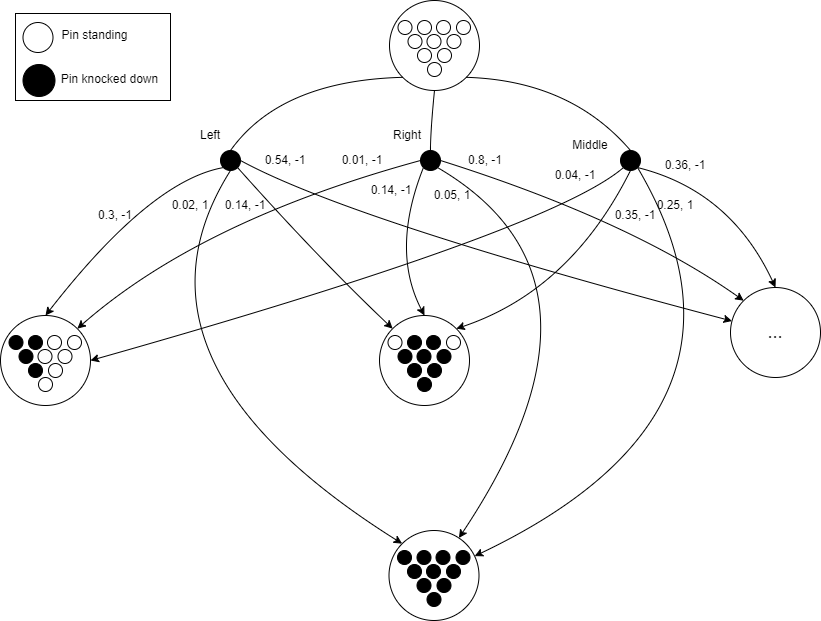
This is RL_Lab2-MDPs_MDP2.drawio.png from MaksimKarnaukh/RL, a draw.io export, as it was before one commit. Source tidied: cells renumbered, new cells last; positions are measured from the earlier drawing's top-left corner, leaving out a move shared by most shapes.
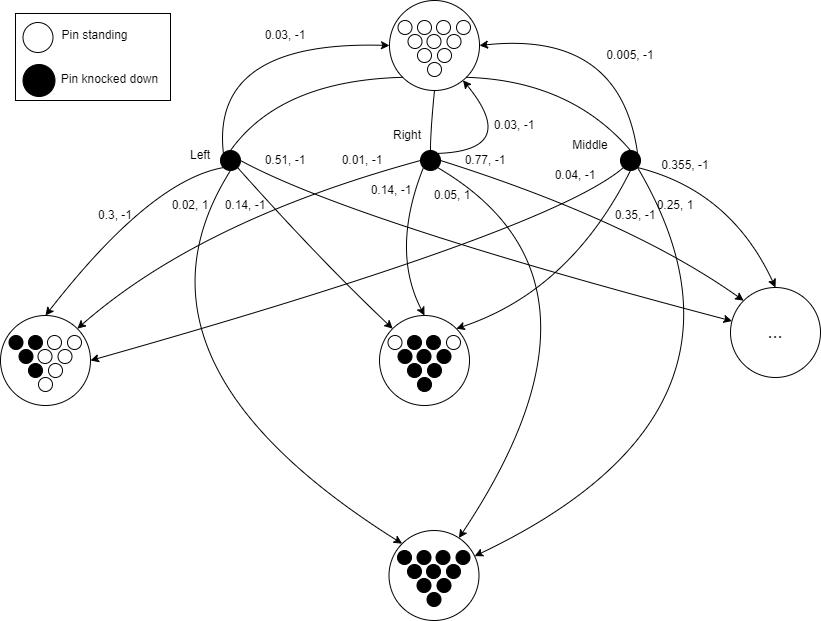
After the change.

Diff of the diagram source:
```diff
@@ -9,7 +9,7 @@
       <mxGeometry x="220" y="150" width="20" height="20" as="geometry" />
     </mxCell>
     <mxCell id="4" value="Left" style="text;html=1;strokeColor=none;fillColor=none;align=center;verticalAlign=middle;whiteSpace=wrap;rounded=0;" parent="1" vertex="1">
-      <mxGeometry x="170" y="120" width="80" height="30" as="geometry" />
+      <mxGeometry x="160" y="140" width="80" height="30" as="geometry" />
     </mxCell>
     <mxCell id="5" style="ellipse;whiteSpace=wrap;html=1;fillColor=#000000;" parent="1" vertex="1">
       <mxGeometry x="420" y="150" width="20" height="20" as="geometry" />
@@ -113,7 +113,7 @@
     <mxCell id="22" value="0.02, 1" style="text;html=1;strokeColor=none;fillColor=none;align=center;verticalAlign=middle;whiteSpace=wrap;rounded=0;" parent="1" vertex="1">
       <mxGeometry x="155" y="190" width="70" height="30" as="geometry" />
     </mxCell>
-    <mxCell id="23" value="0.54, -1" style="text;html=1;strokeColor=none;fillColor=none;align=center;verticalAlign=middle;whiteSpace=wrap;rounded=0;" parent="1" vertex="1">
+    <mxCell id="23" value="0.51, -1" style="text;html=1;strokeColor=none;fillColor=none;align=center;verticalAlign=middle;whiteSpace=wrap;rounded=0;" parent="1" vertex="1">
       <mxGeometry x="250" y="145" width="70" height="30" as="geometry" />
     </mxCell>
     <mxCell id="24" value="0.01, -1" style="text;html=1;strokeColor=none;fillColor=none;align=center;verticalAlign=middle;whiteSpace=wrap;rounded=0;" parent="1" vertex="1">
@@ -122,10 +122,10 @@
     <mxCell id="25" value="0.05, 1" style="text;html=1;strokeColor=none;fillColor=none;align=center;verticalAlign=middle;whiteSpace=wrap;rounded=0;" parent="1" vertex="1">
       <mxGeometry x="416.5" y="180" width="70" height="30" as="geometry" />
     </mxCell>
-    <mxCell id="26" value="0.8, -1" style="text;html=1;strokeColor=none;fillColor=none;align=center;verticalAlign=middle;whiteSpace=wrap;rounded=0;" parent="1" vertex="1">
+    <mxCell id="26" value="0.77, -1" style="text;html=1;strokeColor=none;fillColor=none;align=center;verticalAlign=middle;whiteSpace=wrap;rounded=0;" parent="1" vertex="1">
       <mxGeometry x="450" y="145" width="70" height="30" as="geometry" />
     </mxCell>
-    <mxCell id="27" value="0.36, -1" style="text;html=1;strokeColor=none;fillColor=none;align=center;verticalAlign=middle;whiteSpace=wrap;rounded=0;" parent="1" vertex="1">
+    <mxCell id="27" value="0.355, -1" style="text;html=1;strokeColor=none;fillColor=none;align=center;verticalAlign=middle;whiteSpace=wrap;rounded=0;" parent="1" vertex="1">
       <mxGeometry x="650" y="150" width="70" height="30" as="geometry" />
     </mxCell>
     <mxCell id="28" value="0.25, 1" style="text;html=1;strokeColor=none;fillColor=none;align=center;verticalAlign=middle;whiteSpace=wrap;rounded=0;" parent="1" vertex="1">
@@ -311,5 +311,35 @@
     <mxCell id="84" value="0.14, -1" style="text;html=1;strokeColor=none;fillColor=none;align=center;verticalAlign=middle;whiteSpace=wrap;rounded=0;" parent="1" vertex="1">
       <mxGeometry x="210" y="190" width="70" height="30" as="geometry" />
     </mxCell>
+    <mxCell id="85" style="curved=1;endArrow=classic;html=1;rounded=0;exitX=0;exitY=0;exitDx=0;exitDy=0;entryX=0;entryY=0.5;entryDx=0;entryDy=0;" parent="1" edge="1" source="3" target="2">
+      <mxGeometry relative="1" as="geometry">
+        <Array as="points">
+          <mxPoint x="210" y="40" />
+        </Array>
+      </mxGeometry>
+    </mxCell>
+    <mxCell id="86" value="0.03, -1" style="text;html=1;strokeColor=none;fillColor=none;align=center;verticalAlign=middle;whiteSpace=wrap;rounded=0;" parent="1" vertex="1">
+      <mxGeometry x="250" y="20" width="70" height="30" as="geometry" />
+    </mxCell>
+    <mxCell id="87" style="curved=1;endArrow=classic;html=1;rounded=0;exitX=1;exitY=0;exitDx=0;exitDy=0;" parent="1" edge="1" source="5" target="2">
+      <mxGeometry relative="1" as="geometry">
+        <Array as="points">
+          <mxPoint x="520" y="150" />
+        </Array>
+      </mxGeometry>
+    </mxCell>
+    <mxCell id="88" value="0.03, -1" style="text;html=1;strokeColor=none;fillColor=none;align=center;verticalAlign=middle;whiteSpace=wrap;rounded=0;" parent="1" vertex="1">
+      <mxGeometry x="478.5" y="110" width="70" height="30" as="geometry" />
+    </mxCell>
+    <mxCell id="89" style="curved=1;endArrow=classic;html=1;rounded=0;exitX=1;exitY=0;exitDx=0;exitDy=0;entryX=1;entryY=0.5;entryDx=0;entryDy=0;" parent="1" edge="1" source="6" target="2">
+      <mxGeometry relative="1" as="geometry">
+        <Array as="points">
+          <mxPoint x="620" y="30" />
+        </Array>
+      </mxGeometry>
+    </mxCell>
+    <mxCell id="90" value="0.005, -1" style="text;html=1;strokeColor=none;fillColor=none;align=center;verticalAlign=middle;whiteSpace=wrap;rounded=0;" parent="1" vertex="1">
+      <mxGeometry x="595" y="40" width="70" height="30" as="geometry" />
+    </mxCell>
   </root>
 </mxGraphModel>
```
